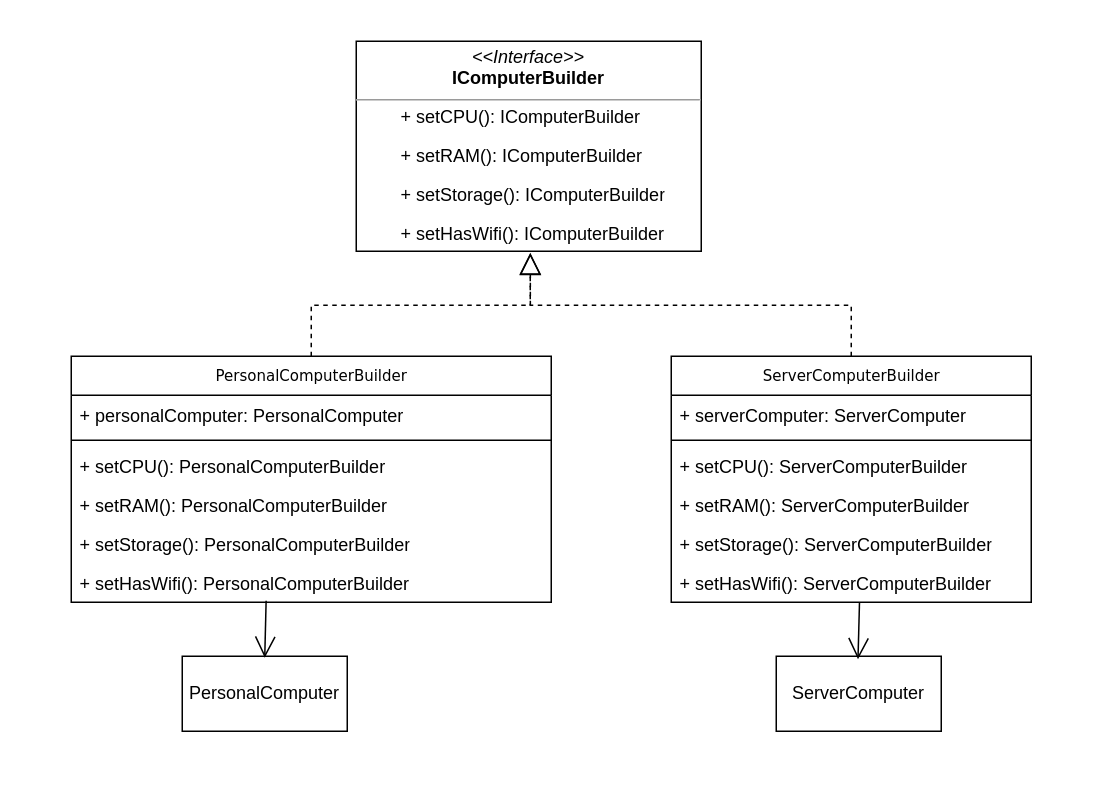
Above: 03_chapter_builder/builder_uml.drawio in sousa-p/systems-modeling-source-code (draw.io), before the change. Source tidied: cells renumbered, new cells numbered last; positions are measured from the earlier drawing's top-left corner, leaving out a move shared by most shapes. Both pictures are drawn from the tidied source at 150%, with x=0, y=0 at pixel (70, 40).
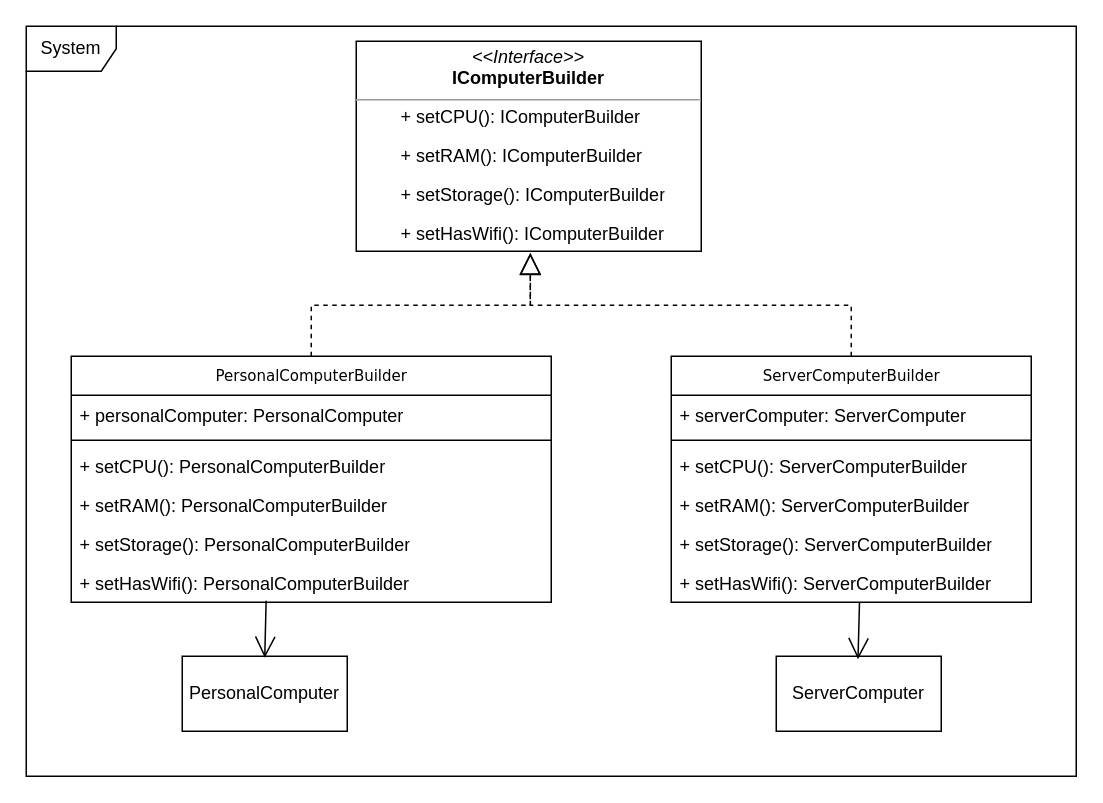
The same page after the edit.

Commit message:
:iphone: fix: adicionando frame ao diagrama

The edit, as a diff of the source:
```diff
@@
+    <mxCell id="28" value="System" style="shape=umlFrame;whiteSpace=wrap;html=1;" parent="1" vertex="1">
+      <mxGeometry x="-30" y="-10" width="700" height="500" as="geometry" />
+    </mxCell>
```
